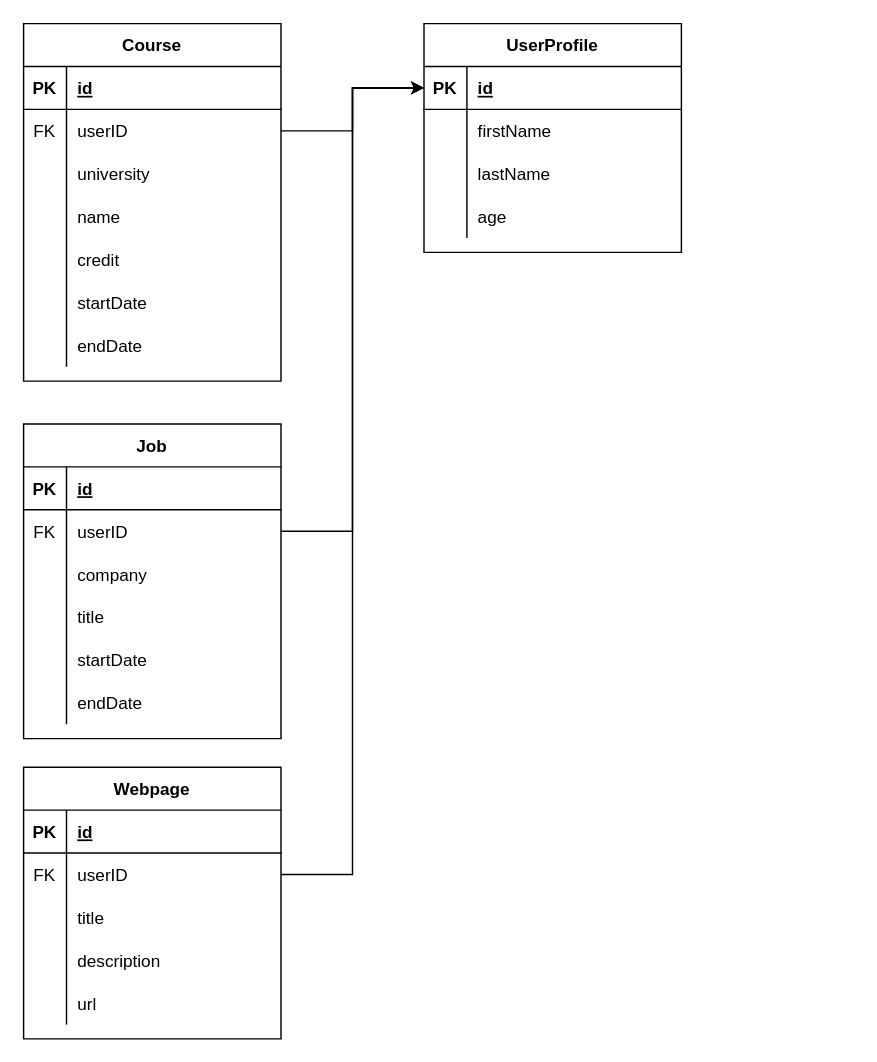
EliasEriksson/miun-web3-mom6-rest keeps this draw.io diagram as database.drawio. Above is the earlier version. Source tidied: cells renumbered, new cells numbered last; positions are measured from the earlier drawing's top-left corner, leaving out a move shared by most shapes. Both pictures are drawn from the tidied source at 143%, with x=0, y=0 at pixel (23, 23).
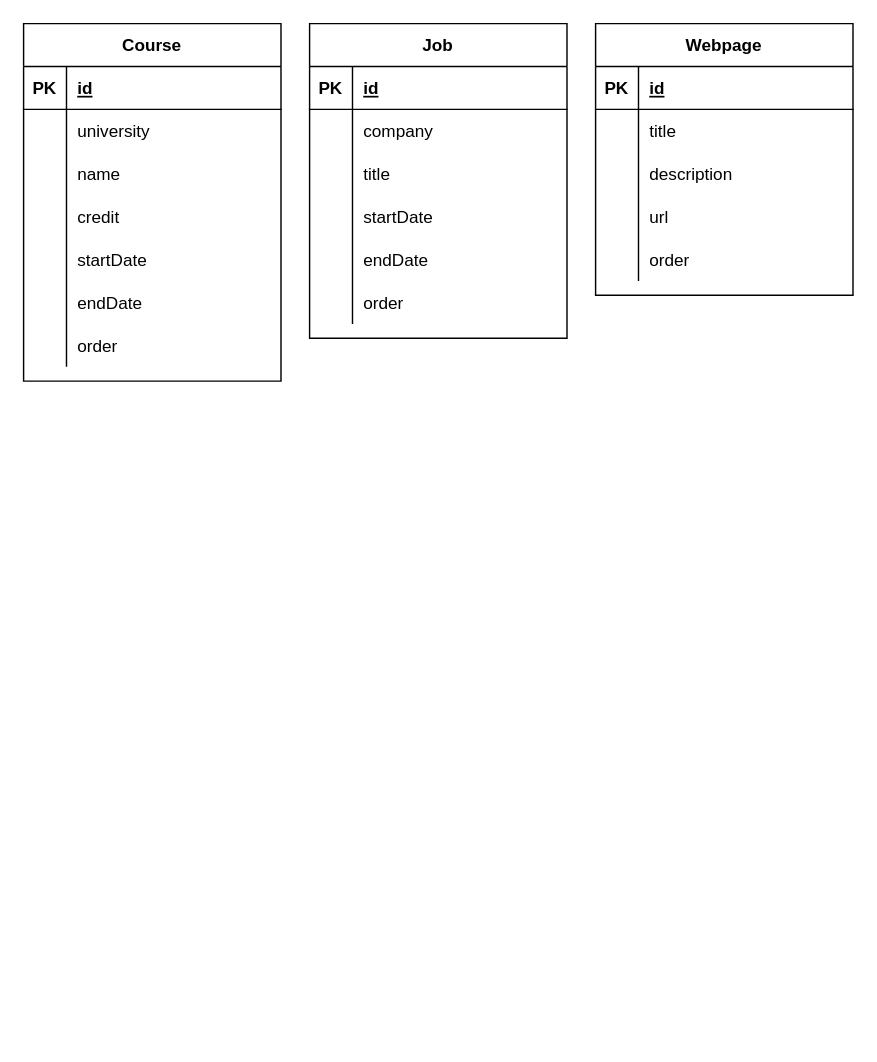
After the change.

The change refers to these unchanged cells:
```xml
<mxCell id="2" value="Course" style="shape=table;startSize=30;childLayout=tableLayout;rowLines=0;fontStyle=1;align=center;" parent="1" vertex="1">
  <mxGeometry width="180" height="250" as="geometry" />
</mxCell>
```

The edit, as a diff of the source:
```diff
@@
-    <mxCell id="6" style="shape=partialRectangle;fillColor=none;top=0;left=0;bottom=0;right=0;points=[[0,0.5],[1,0.5]];portConstraint=eastwest;" parent="2" vertex="1">
-      <mxGeometry y="60" width="180" height="30" as="geometry" />
-    </mxCell>
-    <mxCell id="7" value="FK" style="shape=partialRectangle;fillColor=none;top=0;left=0;bottom=0;right=0;overflow=hidden;" parent="6" vertex="1">
-      <mxGeometry width="30" height="30" as="geometry" />
-    </mxCell>
-    <mxCell id="8" value="userID" style="shape=partialRectangle;fillColor=none;top=0;left=0;bottom=0;right=0;align=left;spacingLeft=6;overflow=hidden;" parent="6" vertex="1">
-      <mxGeometry x="30" width="150" height="30" as="geometry" />
-    </mxCell>
     <mxCell id="9" style="shape=partialRectangle;fillColor=none;top=0;left=0;bottom=0;right=0;" parent="2" vertex="1">
-      <mxGeometry y="90" width="180" height="30" as="geometry" />
+      <mxGeometry y="60" width="180" height="30" as="geometry" />
     </mxCell>
@@
     <mxCell id="12" style="shape=partialRectangle;fillColor=none;top=0;left=0;bottom=0;right=0;" parent="2" vertex="1">
-      <mxGeometry y="120" width="180" height="30" as="geometry" />
+      <mxGeometry y="90" width="180" height="30" as="geometry" />
     </mxCell>
@@
     <mxCell id="15" style="shape=partialRectangle;fillColor=none;top=0;left=0;bottom=0;right=0;" parent="2" vertex="1">
-      <mxGeometry y="150" width="180" height="30" as="geometry" />
+      <mxGeometry y="120" width="180" height="30" as="geometry" />
     </mxCell>
@@
     <mxCell id="18" style="shape=partialRectangle;fillColor=none;top=0;left=0;bottom=0;right=0;" parent="2" vertex="1">
-      <mxGeometry y="180" width="180" height="30" as="geometry" />
+      <mxGeometry y="150" width="180" height="30" as="geometry" />
     </mxCell>
@@
     <mxCell id="21" style="shape=partialRectangle;fillColor=none;top=0;left=0;bottom=0;right=0;" parent="2" vertex="1">
-      <mxGeometry y="210" width="180" height="30" as="geometry" />
+      <mxGeometry y="180" width="180" height="30" as="geometry" />
     </mxCell>
@@
+    <mxCell id="75" style="shape=partialRectangle;fillColor=none;top=0;left=0;bottom=0;right=0;" parent="2" vertex="1">
+      <mxGeometry y="210" width="180" height="30" as="geometry" />
+    </mxCell>
+    <mxCell id="76" style="shape=partialRectangle;fillColor=none;top=0;left=0;bottom=0;right=0;overflow=hidden;" parent="75" vertex="1">
+      <mxGeometry width="30" height="30" as="geometry" />
+    </mxCell>
+    <mxCell id="77" value="order" style="shape=partialRectangle;fillColor=none;top=0;left=0;bottom=0;right=0;align=left;spacingLeft=6;overflow=hidden;" parent="75" vertex="1">
+      <mxGeometry x="30" width="150" height="30" as="geometry" />
+    </mxCell>
     <mxCell id="24" value="Job" style="shape=table;startSize=30;childLayout=tableLayout;rowLines=0;fontStyle=1;align=center;" parent="1" vertex="1">
-      <mxGeometry y="280" width="180" height="220" as="geometry" />
+      <mxGeometry x="200" width="180" height="220" as="geometry" />
     </mxCell>
@@
-    <mxCell id="28" style="shape=partialRectangle;fillColor=none;top=0;left=0;bottom=0;right=0;points=[[0,0.5],[1,0.5]];portConstraint=eastwest;" parent="24" vertex="1">
-      <mxGeometry y="60" width="180" height="30" as="geometry" />
-    </mxCell>
-    <mxCell id="29" value="FK" style="shape=partialRectangle;fillColor=none;top=0;left=0;bottom=0;right=0;overflow=hidden;" parent="28" vertex="1">
-      <mxGeometry width="30" height="30" as="geometry" />
-    </mxCell>
-    <mxCell id="30" value="userID" style="shape=partialRectangle;fillColor=none;top=0;left=0;bottom=0;right=0;align=left;spacingLeft=6;overflow=hidden;" parent="28" vertex="1">
-      <mxGeometry x="30" width="150" height="30" as="geometry" />
-    </mxCell>
     <mxCell id="31" style="shape=partialRectangle;fillColor=none;top=0;left=0;bottom=0;right=0;" parent="24" vertex="1">
-      <mxGeometry y="90" width="180" height="30" as="geometry" />
+      <mxGeometry y="60" width="180" height="30" as="geometry" />
     </mxCell>
@@
     <mxCell id="34" style="shape=partialRectangle;fillColor=none;top=0;left=0;bottom=0;right=0;" parent="24" vertex="1">
-      <mxGeometry y="120" width="180" height="30" as="geometry" />
+      <mxGeometry y="90" width="180" height="30" as="geometry" />
     </mxCell>
@@
     <mxCell id="37" style="shape=partialRectangle;fillColor=none;top=0;left=0;bottom=0;right=0;" parent="24" vertex="1">
-      <mxGeometry y="150" width="180" height="30" as="geometry" />
+      <mxGeometry y="120" width="180" height="30" as="geometry" />
     </mxCell>
@@
     <mxCell id="40" style="shape=partialRectangle;fillColor=none;top=0;left=0;bottom=0;right=0;" parent="24" vertex="1">
-      <mxGeometry y="180" width="180" height="30" as="geometry" />
+      <mxGeometry y="150" width="180" height="30" as="geometry" />
     </mxCell>
@@
+    <mxCell id="78" style="shape=partialRectangle;fillColor=none;top=0;left=0;bottom=0;right=0;" parent="24" vertex="1">
+      <mxGeometry y="180" width="180" height="30" as="geometry" />
+    </mxCell>
+    <mxCell id="79" style="shape=partialRectangle;fillColor=none;top=0;left=0;bottom=0;right=0;overflow=hidden;" parent="78" vertex="1">
+      <mxGeometry width="30" height="30" as="geometry" />
+    </mxCell>
+    <mxCell id="80" value="order" style="shape=partialRectangle;fillColor=none;top=0;left=0;bottom=0;right=0;align=left;spacingLeft=6;overflow=hidden;" parent="78" vertex="1">
+      <mxGeometry x="30" width="150" height="30" as="geometry" />
+    </mxCell>
     <mxCell id="43" value="Webpage" style="shape=table;startSize=30;childLayout=tableLayout;rowLines=0;fontStyle=1;align=center;" parent="1" vertex="1">
-      <mxGeometry y="520" width="180" height="190" as="geometry" />
+      <mxGeometry x="400" width="180" height="190" as="geometry" />
     </mxCell>
@@
-    <mxCell id="47" style="shape=partialRectangle;fillColor=none;top=0;left=0;bottom=0;right=0;points=[[0,0.5],[1,0.5]];portConstraint=eastwest;" parent="43" vertex="1">
-      <mxGeometry y="60" width="180" height="30" as="geometry" />
-    </mxCell>
-    <mxCell id="48" value="FK" style="shape=partialRectangle;fillColor=none;top=0;left=0;bottom=0;right=0;overflow=hidden;" parent="47" vertex="1">
-      <mxGeometry width="30" height="30" as="geometry" />
-    </mxCell>
-    <mxCell id="49" value="userID" style="shape=partialRectangle;fillColor=none;top=0;left=0;bottom=0;right=0;align=left;spacingLeft=6;overflow=hidden;" parent="47" vertex="1">
-      <mxGeometry x="30" width="150" height="30" as="geometry" />
-    </mxCell>
     <mxCell id="50" style="shape=partialRectangle;fillColor=none;top=0;left=0;bottom=0;right=0;" parent="43" vertex="1">
-      <mxGeometry y="90" width="180" height="30" as="geometry" />
+      <mxGeometry y="60" width="180" height="30" as="geometry" />
     </mxCell>
@@
     <mxCell id="53" style="shape=partialRectangle;fillColor=none;top=0;left=0;bottom=0;right=0;" parent="43" vertex="1">
-      <mxGeometry y="120" width="180" height="30" as="geometry" />
+      <mxGeometry y="90" width="180" height="30" as="geometry" />
     </mxCell>
@@
     <mxCell id="56" style="shape=partialRectangle;fillColor=none;top=0;left=0;bottom=0;right=0;" parent="43" vertex="1">
-      <mxGeometry y="150" width="180" height="30" as="geometry" />
+      <mxGeometry y="120" width="180" height="30" as="geometry" />
     </mxCell>
@@
-    <mxCell id="59" value="UserProfile" style="shape=table;startSize=30;childLayout=tableLayout;rowLines=0;fontStyle=1;align=center;" parent="1" vertex="1">
-      <mxGeometry x="280" width="180" height="160" as="geometry" />
-    </mxCell>
-    <mxCell id="60" style="shape=partialRectangle;fillColor=none;top=0;left=0;bottom=1;right=0;points=[[0,0.5],[1,0.5]];portConstraint=eastwest;" parent="59" vertex="1">
-      <mxGeometry y="30" width="180" height="30" as="geometry" />
-    </mxCell>
-    <mxCell id="61" value="PK" style="shape=partialRectangle;fillColor=none;top=0;left=0;bottom=0;right=0;fontStyle=1;overflow=hidden;" parent="60" vertex="1">
-      <mxGeometry width="30" height="30" as="geometry" />
-    </mxCell>
-    <mxCell id="62" value="id" style="shape=partialRectangle;fillColor=none;top=0;left=0;bottom=0;right=0;align=left;spacingLeft=6;fontStyle=5;overflow=hidden;" parent="60" vertex="1">
-      <mxGeometry x="30" width="150" height="30" as="geometry" />
-    </mxCell>
-    <mxCell id="63" style="shape=partialRectangle;fillColor=none;top=0;left=0;bottom=0;right=0;" parent="59" vertex="1">
-      <mxGeometry y="60" width="180" height="30" as="geometry" />
-    </mxCell>
-    <mxCell id="64" style="shape=partialRectangle;fillColor=none;top=0;left=0;bottom=0;right=0;overflow=hidden;" parent="63" vertex="1">
-      <mxGeometry width="30" height="30" as="geometry" />
-    </mxCell>
-    <mxCell id="65" value="firstName" style="shape=partialRectangle;fillColor=none;top=0;left=0;bottom=0;right=0;align=left;spacingLeft=6;overflow=hidden;" parent="63" vertex="1">
-      <mxGeometry x="30" width="150" height="30" as="geometry" />
-    </mxCell>
-    <mxCell id="66" style="shape=partialRectangle;fillColor=none;top=0;left=0;bottom=0;right=0;" parent="59" vertex="1">
-      <mxGeometry y="90" width="180" height="30" as="geometry" />
-    </mxCell>
-    <mxCell id="67" style="shape=partialRectangle;fillColor=none;top=0;left=0;bottom=0;right=0;overflow=hidden;" parent="66" vertex="1">
-      <mxGeometry width="30" height="30" as="geometry" />
-    </mxCell>
-    <mxCell id="68" value="lastName" style="shape=partialRectangle;fillColor=none;top=0;left=0;bottom=0;right=0;align=left;spacingLeft=6;overflow=hidden;" parent="66" vertex="1">
-      <mxGeometry x="30" width="150" height="30" as="geometry" />
-    </mxCell>
-    <mxCell id="69" style="shape=partialRectangle;fillColor=none;top=0;left=0;bottom=0;right=0;" parent="59" vertex="1">
-      <mxGeometry y="120" width="180" height="30" as="geometry" />
-    </mxCell>
-    <mxCell id="70" style="shape=partialRectangle;fillColor=none;top=0;left=0;bottom=0;right=0;overflow=hidden;" parent="69" vertex="1">
-      <mxGeometry width="30" height="30" as="geometry" />
-    </mxCell>
-    <mxCell id="71" value="age" style="shape=partialRectangle;fillColor=none;top=0;left=0;bottom=0;right=0;align=left;spacingLeft=6;overflow=hidden;" parent="69" vertex="1">
-      <mxGeometry x="30" width="150" height="30" as="geometry" />
-    </mxCell>
-    <mxCell id="72" style="edgeStyle=orthogonalEdgeStyle;rounded=0;jettySize=auto;html=1;" parent="1" edge="1" source="6" target="60">
-      <mxGeometry relative="1" as="geometry" />
-    </mxCell>
-    <mxCell id="73" style="edgeStyle=orthogonalEdgeStyle;rounded=0;jettySize=auto;html=1;" parent="1" edge="1" source="28" target="60">
-      <mxGeometry relative="1" as="geometry" />
-    </mxCell>
-    <mxCell id="74" style="edgeStyle=orthogonalEdgeStyle;rounded=0;jettySize=auto;html=1;" parent="1" edge="1" source="47" target="60">
-      <mxGeometry relative="1" as="geometry" />
-    </mxCell>
+    <mxCell id="81" style="shape=partialRectangle;fillColor=none;top=0;left=0;bottom=0;right=0;" parent="43" vertex="1">
+      <mxGeometry y="150" width="180" height="30" as="geometry" />
+    </mxCell>
+    <mxCell id="82" style="shape=partialRectangle;fillColor=none;top=0;left=0;bottom=0;right=0;overflow=hidden;" parent="81" vertex="1">
+      <mxGeometry width="30" height="30" as="geometry" />
+    </mxCell>
+    <mxCell id="83" value="order" style="shape=partialRectangle;fillColor=none;top=0;left=0;bottom=0;right=0;align=left;spacingLeft=6;overflow=hidden;" parent="81" vertex="1">
+      <mxGeometry x="30" width="150" height="30" as="geometry" />
+    </mxCell>
```
